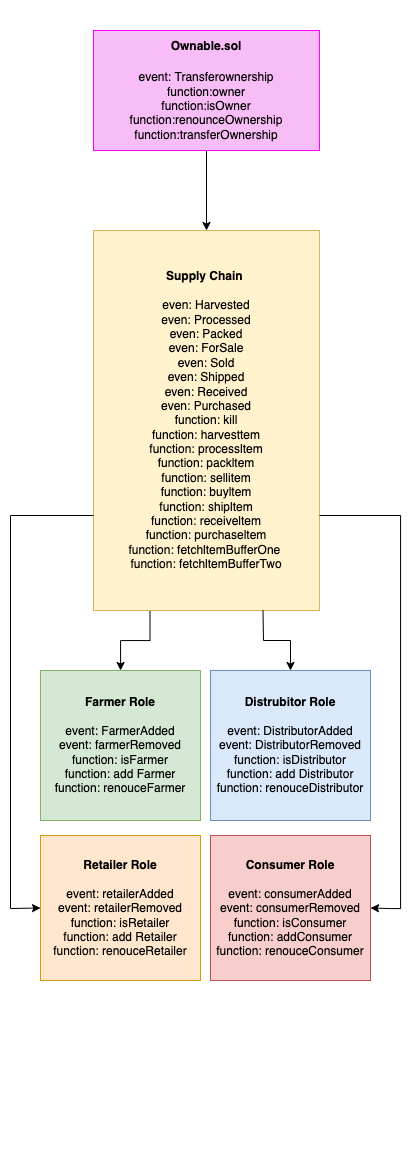
Before: img/data-modeling.png, a diagram exported from draw.io (DominHector/supply-chain-dapp). Source tidied: cells renumbered, new cells last; positions are measured from the earlier drawing's top-left corner, leaving out a move shared by most shapes. The source it was exported from:
```xml
<mxGraphModel>
  <root>
    <mxCell id="0" />
    <mxCell id="1" parent="0" />
    <mxCell id="2" style="edgeStyle=orthogonalEdgeStyle;rounded=0;jettySize=auto;html=1;fontSize=14;" parent="1" edge="1" source="3" target="5">
      <mxGeometry relative="1" as="geometry" />
    </mxCell>
    <mxCell id="3" value="&lt;font&gt;&lt;b&gt;&lt;font style=&quot;font-size: 12px&quot;&gt;Ownable.sol&lt;br&gt;&lt;/font&gt;&lt;/b&gt;&lt;span style=&quot;font-size: 12px&quot;&gt;&lt;br&gt;event: Transferownership&lt;/span&gt;&lt;b style=&quot;font-size: 14px&quot;&gt;&lt;br&gt;&lt;/b&gt;&lt;/font&gt;&lt;div&gt;function:owner&lt;/div&gt;&lt;div&gt;function:isOwner&lt;/div&gt;&lt;div&gt;function:renounceOwnership&lt;/div&gt;&lt;div&gt;function:transferOwnership&lt;/div&gt;" style="rounded=0;whiteSpace=wrap;html=1;align=center;fillColor=#F8BCF6;strokeColor=#FF00FF;" parent="1" vertex="1">
      <mxGeometry x="83" width="226" height="120" as="geometry" />
    </mxCell>
    <mxCell id="4" style="edgeStyle=orthogonalEdgeStyle;rounded=0;jettySize=auto;html=1;fontSize=12;exitX=0.25;exitY=1;exitDx=0;exitDy=0;" parent="1" edge="1" source="5" target="6">
      <mxGeometry relative="1" as="geometry" />
    </mxCell>
    <mxCell id="5" value="&lt;b&gt;&lt;font style=&quot;font-size: 12px&quot;&gt;Supply Chain &lt;br&gt;&lt;br&gt;&lt;/font&gt;&lt;/b&gt;&lt;div&gt;even: Harvested&lt;/div&gt;&lt;div&gt;even: Processed&lt;/div&gt;&lt;div&gt;even: Packed&lt;/div&gt;&lt;div&gt;even: ForSale&lt;/div&gt;&lt;div&gt;even: Sold&lt;/div&gt;&lt;div&gt;even: Shipped&lt;/div&gt;&lt;div&gt;even: Received&lt;/div&gt;&lt;div&gt;even: Purchased&lt;/div&gt;&lt;div&gt;function: kill&lt;/div&gt;&lt;div&gt;function: harvesttem&lt;/div&gt;&lt;div&gt;function: processltem&lt;/div&gt;&lt;div&gt;function: packltem&lt;/div&gt;&lt;div&gt;function: sellitem&lt;/div&gt;&lt;div&gt;function: buyltem&lt;/div&gt;&lt;div&gt;function: shipltem&lt;/div&gt;&lt;div&gt;function: receiveltem&lt;/div&gt;&lt;div&gt;function: purchaseltem&lt;/div&gt;&lt;div&gt;function: fetchltemBufferOne&amp;nbsp;&lt;/div&gt;&lt;div&gt;function: fetchltemBufferTwo&lt;/div&gt;" style="rounded=0;whiteSpace=wrap;html=1;align=center;fillColor=#fff2cc;strokeColor=#d6b656;" parent="1" vertex="1">
      <mxGeometry x="83" y="200" width="226" height="380" as="geometry" />
    </mxCell>
    <mxCell id="6" value="&lt;div&gt;&lt;b&gt;Farmer Role&lt;/b&gt;&lt;/div&gt;&lt;div&gt;&lt;br&gt;&lt;/div&gt;&lt;div&gt;event: FarmerAdded&lt;/div&gt;&lt;div&gt;event: farmerRemoved&lt;/div&gt;&lt;div&gt;function: isFarmer&lt;/div&gt;&lt;div&gt;function: add Farmer&lt;/div&gt;&lt;div&gt;function: renouceFarmer&lt;/div&gt;" style="whiteSpace=wrap;html=1;rounded=0;fillColor=#d5e8d4;strokeColor=#82b366;" parent="1" vertex="1">
      <mxGeometry x="30" y="640" width="160" height="150" as="geometry" />
    </mxCell>
    <mxCell id="7" style="edgeStyle=orthogonalEdgeStyle;rounded=0;jettySize=auto;html=1;fontSize=12;exitX=1;exitY=0.75;exitDx=0;exitDy=0;entryX=1;entryY=0.5;entryDx=0;entryDy=0;" parent="1" edge="1" source="5" target="9">
      <mxGeometry relative="1" as="geometry">
        <Array as="points">
          <mxPoint x="390" y="485" />
          <mxPoint x="390" y="878" />
          <mxPoint x="380" y="878" />
        </Array>
      </mxGeometry>
    </mxCell>
    <mxCell id="8" value="&lt;div&gt;&lt;b&gt;Distrubitor Role&lt;/b&gt;&lt;/div&gt;&lt;div&gt;&lt;b&gt;&lt;br&gt;&lt;/b&gt;&lt;/div&gt;&lt;div&gt;event: DistributorAdded&lt;/div&gt;&lt;div&gt;event: DistributorRemoved&lt;/div&gt;&lt;div&gt;function: isDistributor&lt;/div&gt;&lt;div&gt;function: add Distributor&lt;/div&gt;&lt;div&gt;function: renouceDistributor&lt;/div&gt;" style="whiteSpace=wrap;html=1;rounded=0;fillColor=#dae8fc;strokeColor=#6c8ebf;" parent="1" vertex="1">
      <mxGeometry x="200" y="640" width="160" height="150" as="geometry" />
    </mxCell>
    <mxCell id="9" value="&lt;div&gt;&lt;b&gt;Consumer Role&lt;/b&gt;&lt;/div&gt;&lt;div&gt;&lt;br&gt;&lt;/div&gt;&lt;div&gt;event: consumerAdded&lt;/div&gt;&lt;div&gt;event: consumerRemoved&lt;/div&gt;&lt;div&gt;function: isConsumer&lt;/div&gt;&lt;div&gt;function: addConsumer&lt;/div&gt;&lt;div&gt;function: renouceConsumer&lt;/div&gt;" style="whiteSpace=wrap;html=1;rounded=0;fillColor=#f8cecc;strokeColor=#b85450;" parent="1" vertex="1">
      <mxGeometry x="200" y="805" width="160" height="145" as="geometry" />
    </mxCell>
    <mxCell id="10" value="&lt;div&gt;&lt;b&gt;Retailer Role&lt;/b&gt;&lt;/div&gt;&lt;div&gt;&lt;br&gt;&lt;/div&gt;&lt;div&gt;event: retailerAdded&lt;/div&gt;&lt;div&gt;event: retailerRemoved&lt;/div&gt;&lt;div&gt;function: isRetailer&lt;/div&gt;&lt;div&gt;function: add Retailer&lt;/div&gt;&lt;div&gt;function: renouceRetailer&lt;/div&gt;" style="whiteSpace=wrap;html=1;rounded=0;fillColor=#ffe6cc;strokeColor=#d79b00;" parent="1" vertex="1">
      <mxGeometry x="30" y="805" width="160" height="145" as="geometry" />
    </mxCell>
    <mxCell id="11" style="endArrow=classic;html=1;rounded=0;fontSize=12;exitX=0;exitY=0.75;exitDx=0;exitDy=0;entryX=0;entryY=0.5;entryDx=0;entryDy=0;" parent="1" edge="1" source="5" target="10">
      <mxGeometry relative="1" as="geometry">
        <Array as="points">
          <mxPoint y="485" />
          <mxPoint y="878" />
        </Array>
      </mxGeometry>
    </mxCell>
    <mxCell id="12" style="endArrow=classic;html=1;rounded=0;fontSize=12;exitX=0.75;exitY=1;exitDx=0;exitDy=0;entryX=0.5;entryY=0;entryDx=0;entryDy=0;" parent="1" edge="1" source="5" target="8">
      <mxGeometry relative="1" as="geometry">
        <Array as="points">
          <mxPoint x="253" y="610" />
          <mxPoint x="280" y="610" />
        </Array>
      </mxGeometry>
    </mxCell>
  </root>
</mxGraphModel>
```
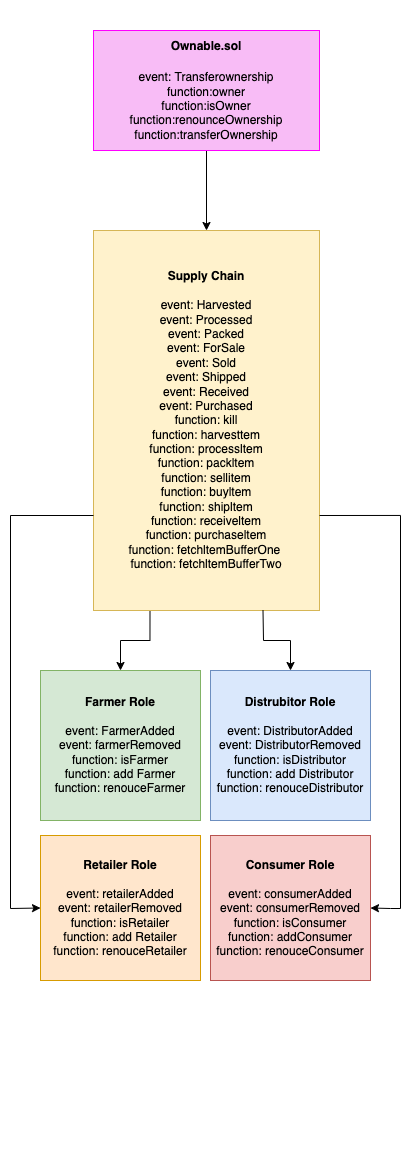
After the commit.

Diff of the diagram source:
```diff
@@ -11,7 +11,7 @@
     <mxCell id="4" style="edgeStyle=orthogonalEdgeStyle;rounded=0;jettySize=auto;html=1;fontSize=12;exitX=0.25;exitY=1;exitDx=0;exitDy=0;" parent="1" edge="1" source="5" target="6">
       <mxGeometry relative="1" as="geometry" />
     </mxCell>
-    <mxCell id="5" value="&lt;b&gt;&lt;font style=&quot;font-size: 12px&quot;&gt;Supply Chain &lt;br&gt;&lt;br&gt;&lt;/font&gt;&lt;/b&gt;&lt;div&gt;even: Harvested&lt;/div&gt;&lt;div&gt;even: Processed&lt;/div&gt;&lt;div&gt;even: Packed&lt;/div&gt;&lt;div&gt;even: ForSale&lt;/div&gt;&lt;div&gt;even: Sold&lt;/div&gt;&lt;div&gt;even: Shipped&lt;/div&gt;&lt;div&gt;even: Received&lt;/div&gt;&lt;div&gt;even: Purchased&lt;/div&gt;&lt;div&gt;function: kill&lt;/div&gt;&lt;div&gt;function: harvesttem&lt;/div&gt;&lt;div&gt;function: processltem&lt;/div&gt;&lt;div&gt;function: packltem&lt;/div&gt;&lt;div&gt;function: sellitem&lt;/div&gt;&lt;div&gt;function: buyltem&lt;/div&gt;&lt;div&gt;function: shipltem&lt;/div&gt;&lt;div&gt;function: receiveltem&lt;/div&gt;&lt;div&gt;function: purchaseltem&lt;/div&gt;&lt;div&gt;function: fetchltemBufferOne&amp;nbsp;&lt;/div&gt;&lt;div&gt;function: fetchltemBufferTwo&lt;/div&gt;" style="rounded=0;whiteSpace=wrap;html=1;align=center;fillColor=#fff2cc;strokeColor=#d6b656;" parent="1" vertex="1">
+    <mxCell id="5" value="&lt;div&gt;&lt;b&gt;Supply Chain&lt;/b&gt;&lt;/div&gt;&lt;div&gt;&lt;b&gt;&lt;br&gt;&lt;/b&gt;&lt;/div&gt;&lt;div&gt;event: Harvested&lt;/div&gt;&lt;div&gt;event: Processed&lt;/div&gt;&lt;div&gt;event: Packed&lt;/div&gt;&lt;div&gt;event: ForSale&lt;/div&gt;&lt;div&gt;event: Sold&lt;/div&gt;&lt;div&gt;event: Shipped&lt;/div&gt;&lt;div&gt;event: Received&lt;/div&gt;&lt;div&gt;event: Purchased&lt;/div&gt;&lt;div&gt;function: kill&lt;/div&gt;&lt;div&gt;function: harvesttem&lt;/div&gt;&lt;div&gt;function: processltem&lt;/div&gt;&lt;div&gt;function: packltem&lt;/div&gt;&lt;div&gt;function: sellitem&lt;/div&gt;&lt;div&gt;function: buyltem&lt;/div&gt;&lt;div&gt;function: shipltem&lt;/div&gt;&lt;div&gt;function: receiveltem&lt;/div&gt;&lt;div&gt;function: purchaseltem&lt;/div&gt;&lt;div&gt;function: fetchltemBufferOne&amp;nbsp;&lt;/div&gt;&lt;div&gt;function: fetchltemBufferTwo&lt;/div&gt;" style="rounded=0;whiteSpace=wrap;html=1;align=center;fillColor=#fff2cc;strokeColor=#d6b656;" parent="1" vertex="1">
       <mxGeometry x="83" y="200" width="226" height="380" as="geometry" />
     </mxCell>
     <mxCell id="6" value="&lt;div&gt;&lt;b&gt;Farmer Role&lt;/b&gt;&lt;/div&gt;&lt;div&gt;&lt;br&gt;&lt;/div&gt;&lt;div&gt;event: FarmerAdded&lt;/div&gt;&lt;div&gt;event: farmerRemoved&lt;/div&gt;&lt;div&gt;function: isFarmer&lt;/div&gt;&lt;div&gt;function: add Farmer&lt;/div&gt;&lt;div&gt;function: renouceFarmer&lt;/div&gt;" style="whiteSpace=wrap;html=1;rounded=0;fillColor=#d5e8d4;strokeColor=#82b366;" parent="1" vertex="1">
```
